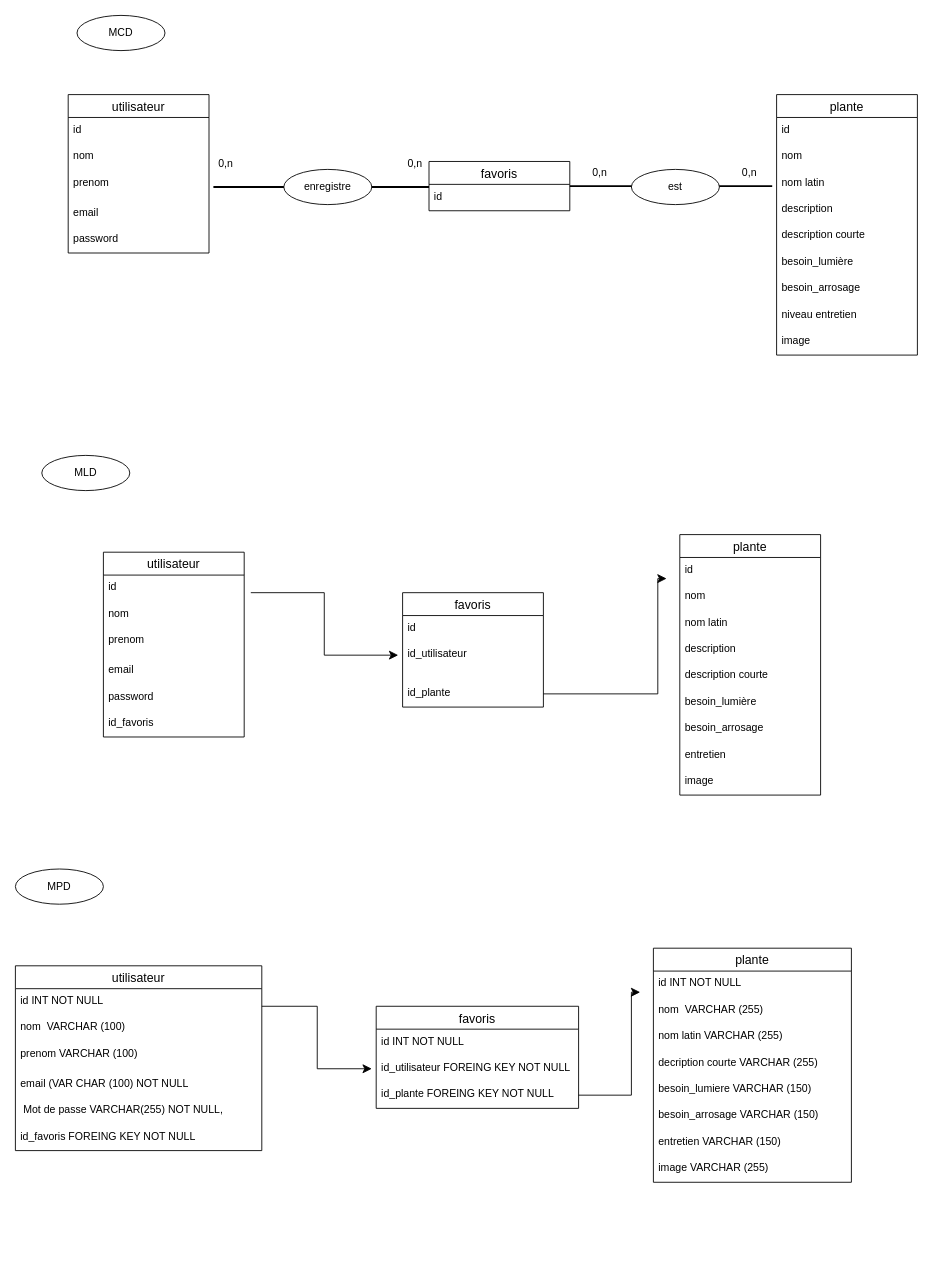
This is server/database/mcd.drawio from ChristineV67/checkpoint4-green-touch, a draw.io file, before an edit. Source tidied: cells renumbered, new cells numbered last; positions are measured from the earlier drawing's top-left corner, leaving out a move shared by most shapes. Both pictures are drawn from the tidied source at 88%, with x=0, y=0 at pixel (15, 15).
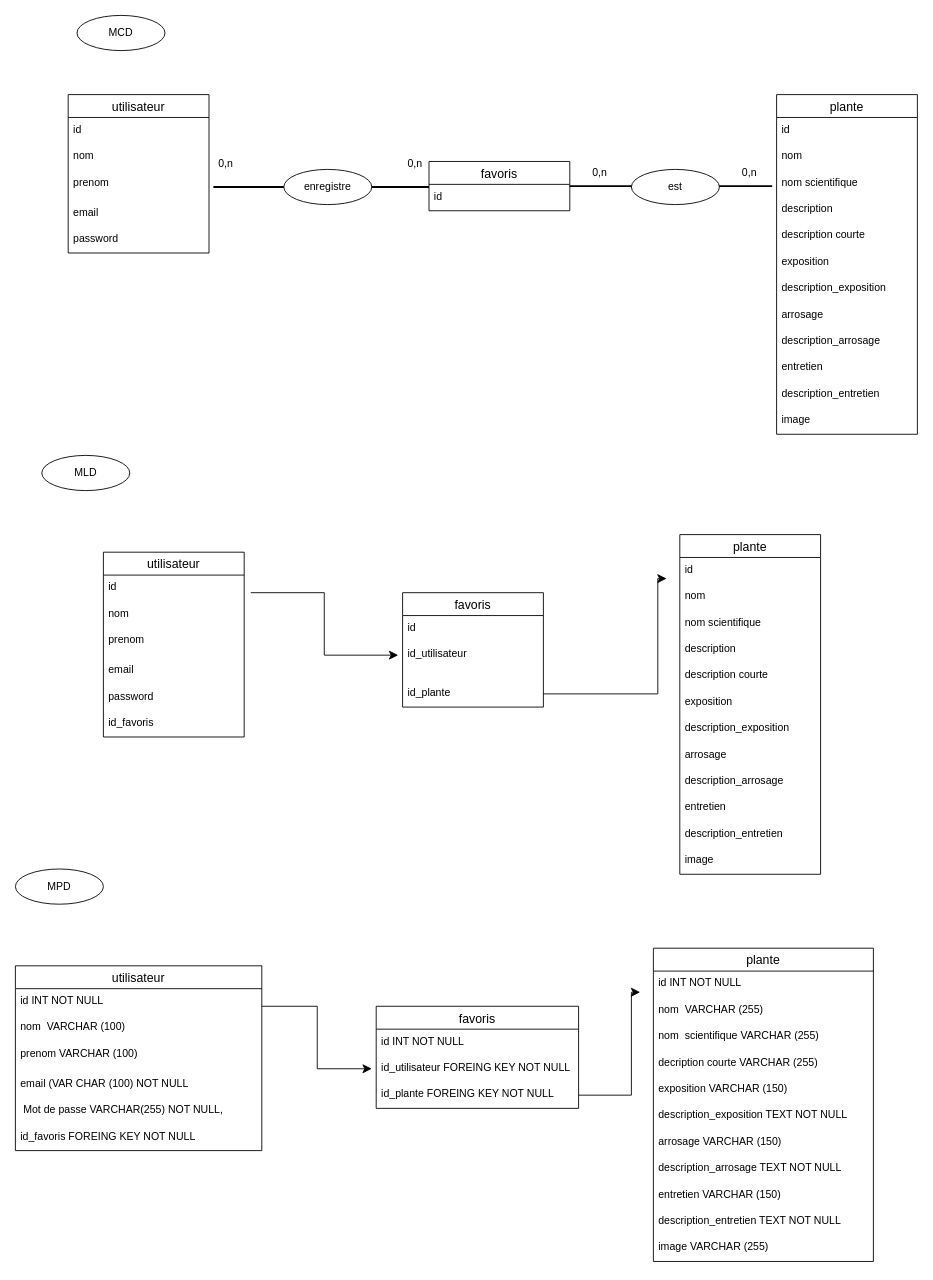
Above is the later version.

Diff of the diagram source:
```diff
@@
     <mxCell id="2" value="plante" style="swimlane;fontStyle=0;horizontal=1;startSize=26;align=center;fontSize=14;" parent="1" vertex="1">
-      <mxGeometry x="865" y="90" width="160" height="296" as="geometry" />
+      <mxGeometry x="865" y="90" width="160" height="386" as="geometry" />
     </mxCell>
@@
-    <mxCell id="5" value="nom latin" style="text;strokeColor=none;fillColor=none;spacingLeft=4;spacingRight=4;overflow=hidden;fontSize=12;" parent="2" vertex="1">
+    <mxCell id="5" value="nom scientifique" style="text;strokeColor=none;fillColor=none;spacingLeft=4;spacingRight=4;overflow=hidden;fontSize=12;" parent="2" vertex="1">
       <mxGeometry y="86" width="160" height="30" as="geometry" />
     </mxCell>
@@
-    <mxCell id="8" value="besoin_lumière" style="text;strokeColor=none;fillColor=none;spacingLeft=4;spacingRight=4;overflow=hidden;fontSize=12;" parent="2" vertex="1">
+    <mxCell id="8" value="exposition" style="text;strokeColor=none;fillColor=none;spacingLeft=4;spacingRight=4;overflow=hidden;fontSize=12;" parent="2" vertex="1">
       <mxGeometry y="176" width="160" height="30" as="geometry" />
     </mxCell>
+    <mxCell id="76" value="description_exposition" style="text;strokeColor=none;fillColor=none;spacingLeft=4;spacingRight=4;overflow=hidden;fontSize=12;" parent="2" vertex="1">
+      <mxGeometry y="206" width="160" height="30" as="geometry" />
+    </mxCell>
-    <mxCell id="9" value="besoin_arrosage" style="text;strokeColor=none;fillColor=none;spacingLeft=4;spacingRight=4;overflow=hidden;fontSize=12;" parent="2" vertex="1">
-      <mxGeometry y="206" width="160" height="30" as="geometry" />
+    <mxCell id="9" value="arrosage" style="text;strokeColor=none;fillColor=none;spacingLeft=4;spacingRight=4;overflow=hidden;fontSize=12;" parent="2" vertex="1">
+      <mxGeometry y="236" width="160" height="30" as="geometry" />
     </mxCell>
+    <mxCell id="77" value="description_arrosage" style="text;strokeColor=none;fillColor=none;spacingLeft=4;spacingRight=4;overflow=hidden;fontSize=12;" parent="2" vertex="1">
+      <mxGeometry y="266" width="160" height="30" as="geometry" />
+    </mxCell>
-    <mxCell id="10" value="niveau entretien" style="text;strokeColor=none;fillColor=none;spacingLeft=4;spacingRight=4;overflow=hidden;fontSize=12;" parent="2" vertex="1">
-      <mxGeometry y="236" width="160" height="30" as="geometry" />
+    <mxCell id="10" value="entretien" style="text;strokeColor=none;fillColor=none;spacingLeft=4;spacingRight=4;overflow=hidden;fontSize=12;" parent="2" vertex="1">
+      <mxGeometry y="296" width="160" height="30" as="geometry" />
     </mxCell>
+    <mxCell id="78" value="description_entretien" style="text;strokeColor=none;fillColor=none;spacingLeft=4;spacingRight=4;overflow=hidden;fontSize=12;" parent="2" vertex="1">
+      <mxGeometry y="326" width="160" height="30" as="geometry" />
+    </mxCell>
     <mxCell id="11" value="image" style="text;strokeColor=none;fillColor=none;spacingLeft=4;spacingRight=4;overflow=hidden;fontSize=12;" parent="2" vertex="1">
-      <mxGeometry y="266" width="160" height="30" as="geometry" />
+      <mxGeometry y="356" width="160" height="30" as="geometry" />
     </mxCell>
@@
     <mxCell id="29" value="plante" style="swimlane;fontStyle=0;horizontal=1;startSize=26;align=center;fontSize=14;" parent="1" vertex="1">
-      <mxGeometry x="755" y="590" width="160" height="296" as="geometry" />
+      <mxGeometry x="755" y="590" width="160" height="386" as="geometry" />
     </mxCell>
@@
-    <mxCell id="32" value="nom latin" style="text;strokeColor=none;fillColor=none;spacingLeft=4;spacingRight=4;overflow=hidden;fontSize=12;" parent="29" vertex="1">
+    <mxCell id="32" value="nom scientifique" style="text;strokeColor=none;fillColor=none;spacingLeft=4;spacingRight=4;overflow=hidden;fontSize=12;" parent="29" vertex="1">
       <mxGeometry y="86" width="160" height="30" as="geometry" />
     </mxCell>
@@
-    <mxCell id="35" value="besoin_lumière" style="text;strokeColor=none;fillColor=none;spacingLeft=4;spacingRight=4;overflow=hidden;fontSize=12;" parent="29" vertex="1">
+    <mxCell id="35" value="exposition" style="text;strokeColor=none;fillColor=none;spacingLeft=4;spacingRight=4;overflow=hidden;fontSize=12;" parent="29" vertex="1">
       <mxGeometry y="176" width="160" height="30" as="geometry" />
     </mxCell>
+    <mxCell id="79" value="description_exposition" style="text;strokeColor=none;fillColor=none;spacingLeft=4;spacingRight=4;overflow=hidden;fontSize=12;" parent="29" vertex="1">
+      <mxGeometry y="206" width="160" height="30" as="geometry" />
+    </mxCell>
-    <mxCell id="36" value="besoin_arrosage" style="text;strokeColor=none;fillColor=none;spacingLeft=4;spacingRight=4;overflow=hidden;fontSize=12;" parent="29" vertex="1">
-      <mxGeometry y="206" width="160" height="30" as="geometry" />
+    <mxCell id="36" value="arrosage" style="text;strokeColor=none;fillColor=none;spacingLeft=4;spacingRight=4;overflow=hidden;fontSize=12;" parent="29" vertex="1">
+      <mxGeometry y="236" width="160" height="30" as="geometry" />
     </mxCell>
+    <mxCell id="80" value="description_arrosage" style="text;strokeColor=none;fillColor=none;spacingLeft=4;spacingRight=4;overflow=hidden;fontSize=12;" parent="29" vertex="1">
+      <mxGeometry y="266" width="160" height="30" as="geometry" />
+    </mxCell>
     <mxCell id="37" value="entretien" style="text;strokeColor=none;fillColor=none;spacingLeft=4;spacingRight=4;overflow=hidden;fontSize=12;" parent="29" vertex="1">
-      <mxGeometry y="236" width="160" height="30" as="geometry" />
+      <mxGeometry y="296" width="160" height="30" as="geometry" />
     </mxCell>
+    <mxCell id="81" value="description_entretien" style="text;strokeColor=none;fillColor=none;spacingLeft=4;spacingRight=4;overflow=hidden;fontSize=12;" parent="29" vertex="1">
+      <mxGeometry y="326" width="160" height="30" as="geometry" />
+    </mxCell>
     <mxCell id="38" value="image" style="text;strokeColor=none;fillColor=none;spacingLeft=4;spacingRight=4;overflow=hidden;fontSize=12;" parent="29" vertex="1">
-      <mxGeometry y="266" width="160" height="30" as="geometry" />
+      <mxGeometry y="356" width="160" height="30" as="geometry" />
     </mxCell>
@@
     <mxCell id="53" value="plante" style="swimlane;fontStyle=0;horizontal=1;startSize=26;align=center;fontSize=14;" parent="1" vertex="1">
-      <mxGeometry x="725" y="1060" width="225" height="266" as="geometry" />
+      <mxGeometry x="725" y="1060" width="250" height="356" as="geometry" />
     </mxCell>
     <mxCell id="54" value="id INT NOT NULL" style="text;strokeColor=none;fillColor=none;spacingLeft=4;spacingRight=4;overflow=hidden;fontSize=12;" parent="53" vertex="1">
-      <mxGeometry y="26" width="225" height="30" as="geometry" />
+      <mxGeometry y="26" width="250" height="30" as="geometry" />
     </mxCell>
     <mxCell id="55" value="nom  VARCHAR (255)" style="text;strokeColor=none;fillColor=none;spacingLeft=4;spacingRight=4;overflow=hidden;fontSize=12;" parent="53" vertex="1">
-      <mxGeometry y="56" width="225" height="30" as="geometry" />
+      <mxGeometry y="56" width="250" height="30" as="geometry" />
     </mxCell>
-    <mxCell id="56" value="nom latin VARCHAR (255)" style="text;strokeColor=none;fillColor=none;spacingLeft=4;spacingRight=4;overflow=hidden;fontSize=12;" parent="53" vertex="1">
-      <mxGeometry y="86" width="225" height="30" as="geometry" />
+    <mxCell id="56" value="nom  scientifique VARCHAR (255)" style="text;strokeColor=none;fillColor=none;spacingLeft=4;spacingRight=4;overflow=hidden;fontSize=12;" parent="53" vertex="1">
+      <mxGeometry y="86" width="250" height="30" as="geometry" />
     </mxCell>
     <mxCell id="57" value="decription courte VARCHAR (255)" style="text;strokeColor=none;fillColor=none;spacingLeft=4;spacingRight=4;overflow=hidden;fontSize=12;" parent="53" vertex="1">
-      <mxGeometry y="116" width="225" height="30" as="geometry" />
+      <mxGeometry y="116" width="250" height="30" as="geometry" />
     </mxCell>
-    <mxCell id="58" value="besoin_lumiere VARCHAR (150)" style="text;strokeColor=none;fillColor=none;spacingLeft=4;spacingRight=4;overflow=hidden;fontSize=12;" parent="53" vertex="1">
-      <mxGeometry y="146" width="225" height="30" as="geometry" />
+    <mxCell id="58" value="exposition VARCHAR (150)" style="text;strokeColor=none;fillColor=none;spacingLeft=4;spacingRight=4;overflow=hidden;fontSize=12;" parent="53" vertex="1">
+      <mxGeometry y="146" width="250" height="30" as="geometry" />
     </mxCell>
+    <mxCell id="82" value="description_exposition TEXT NOT NULL" style="text;strokeColor=none;fillColor=none;spacingLeft=4;spacingRight=4;overflow=hidden;fontSize=12;" parent="53" vertex="1">
+      <mxGeometry y="176" width="250" height="30" as="geometry" />
+    </mxCell>
-    <mxCell id="59" value="besoin_arrosage VARCHAR (150)" style="text;strokeColor=none;fillColor=none;spacingLeft=4;spacingRight=4;overflow=hidden;fontSize=12;" parent="53" vertex="1">
-      <mxGeometry y="176" width="225" height="30" as="geometry" />
+    <mxCell id="59" value="arrosage VARCHAR (150)" style="text;strokeColor=none;fillColor=none;spacingLeft=4;spacingRight=4;overflow=hidden;fontSize=12;" parent="53" vertex="1">
+      <mxGeometry y="206" width="250" height="30" as="geometry" />
     </mxCell>
+    <mxCell id="83" value="description_arrosage TEXT NOT NULL" style="text;strokeColor=none;fillColor=none;spacingLeft=4;spacingRight=4;overflow=hidden;fontSize=12;" parent="53" vertex="1">
+      <mxGeometry y="236" width="250" height="30" as="geometry" />
+    </mxCell>
     <mxCell id="60" value="entretien VARCHAR (150)" style="text;strokeColor=none;fillColor=none;spacingLeft=4;spacingRight=4;overflow=hidden;fontSize=12;" parent="53" vertex="1">
-      <mxGeometry y="206" width="225" height="30" as="geometry" />
+      <mxGeometry y="266" width="250" height="30" as="geometry" />
     </mxCell>
+    <mxCell id="84" value="description_entretien TEXT NOT NULL" style="text;strokeColor=none;fillColor=none;spacingLeft=4;spacingRight=4;overflow=hidden;fontSize=12;" parent="53" vertex="1">
+      <mxGeometry y="296" width="250" height="30" as="geometry" />
+    </mxCell>
     <mxCell id="61" value="image VARCHAR (255)" style="text;strokeColor=none;fillColor=none;spacingLeft=4;spacingRight=4;overflow=hidden;fontSize=12;" parent="53" vertex="1">
-      <mxGeometry y="236" width="225" height="30" as="geometry" />
+      <mxGeometry y="326" width="250" height="30" as="geometry" />
     </mxCell>
```
